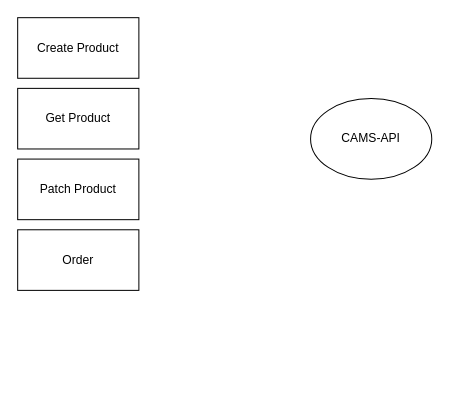
Above: dph-relation.drawio in ganisback/draw.io (draw.io), before the change. Source tidied: cells renumbered, new cells numbered last; positions are measured from the earlier drawing's top-left corner, leaving out a move shared by most shapes. Both pictures are drawn from the tidied source at 101%, with x=0, y=0 at pixel (17, 17).
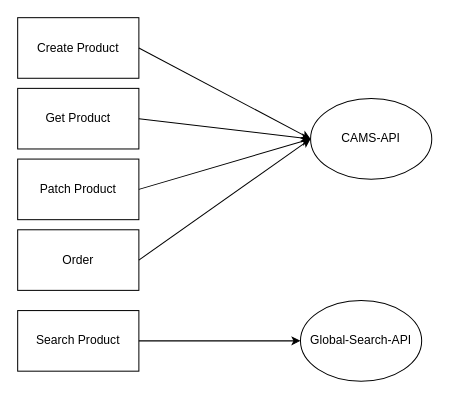
The same diagram, later.

The edit, as a diff of the source:
```diff
@@
 <mxGraphModel>
   <root>
     <mxCell id="0" />
     <mxCell id="1" parent="0" />
     <mxCell id="2" value="Create Product" style="rounded=0;whiteSpace=wrap;html=1;" parent="1" vertex="1">
       <mxGeometry width="120" height="60" as="geometry" />
     </mxCell>
     <mxCell id="3" value="Get Product" style="rounded=0;whiteSpace=wrap;html=1;" parent="1" vertex="1">
       <mxGeometry y="70" width="120" height="60" as="geometry" />
     </mxCell>
     <mxCell id="4" value="Patch Product" style="rounded=0;whiteSpace=wrap;html=1;" parent="1" vertex="1">
       <mxGeometry y="140" width="120" height="60" as="geometry" />
     </mxCell>
     <mxCell id="5" value="Order" style="rounded=0;whiteSpace=wrap;html=1;" parent="1" vertex="1">
       <mxGeometry y="210" width="120" height="60" as="geometry" />
     </mxCell>
     <mxCell id="6" value="CAMS-API" style="ellipse;whiteSpace=wrap;html=1;" parent="1" vertex="1">
       <mxGeometry x="290" y="80" width="120" height="80" as="geometry" />
     </mxCell>
+    <mxCell id="7" style="endArrow=classic;html=1;rounded=0;exitX=1;exitY=0.5;exitDx=0;exitDy=0;entryX=0;entryY=0.5;entryDx=0;entryDy=0;" parent="1" edge="1" source="2" target="6">
+      <mxGeometry relative="1" as="geometry" />
+    </mxCell>
+    <mxCell id="8" style="endArrow=classic;html=1;rounded=0;exitX=1;exitY=0.5;exitDx=0;exitDy=0;" parent="1" edge="1" source="3">
+      <mxGeometry relative="1" as="geometry">
+        <mxPoint x="290" y="120" as="targetPoint" />
+      </mxGeometry>
+    </mxCell>
+    <mxCell id="9" style="endArrow=classic;html=1;rounded=0;exitX=1;exitY=0.5;exitDx=0;exitDy=0;" parent="1" edge="1" source="4">
+      <mxGeometry relative="1" as="geometry">
+        <mxPoint x="290" y="120" as="targetPoint" />
+      </mxGeometry>
+    </mxCell>
+    <mxCell id="10" style="endArrow=classic;html=1;rounded=0;exitX=1;exitY=0.5;exitDx=0;exitDy=0;" parent="1" edge="1" source="5">
+      <mxGeometry relative="1" as="geometry">
+        <mxPoint x="290" y="120" as="targetPoint" />
+      </mxGeometry>
+    </mxCell>
+    <mxCell id="11" value="Search Product" style="rounded=0;whiteSpace=wrap;html=1;" parent="1" vertex="1">
+      <mxGeometry y="290" width="120" height="60" as="geometry" />
+    </mxCell>
+    <mxCell id="12" value="Global-Search-API" style="ellipse;whiteSpace=wrap;html=1;" parent="1" vertex="1">
+      <mxGeometry x="280" y="280" width="120" height="80" as="geometry" />
+    </mxCell>
+    <mxCell id="13" style="endArrow=classic;html=1;rounded=0;exitX=1;exitY=0.5;exitDx=0;exitDy=0;entryX=0;entryY=0.5;entryDx=0;entryDy=0;" parent="1" edge="1" source="11" target="12">
+      <mxGeometry relative="1" as="geometry" />
+    </mxCell>
   </root>
 </mxGraphModel>
```
